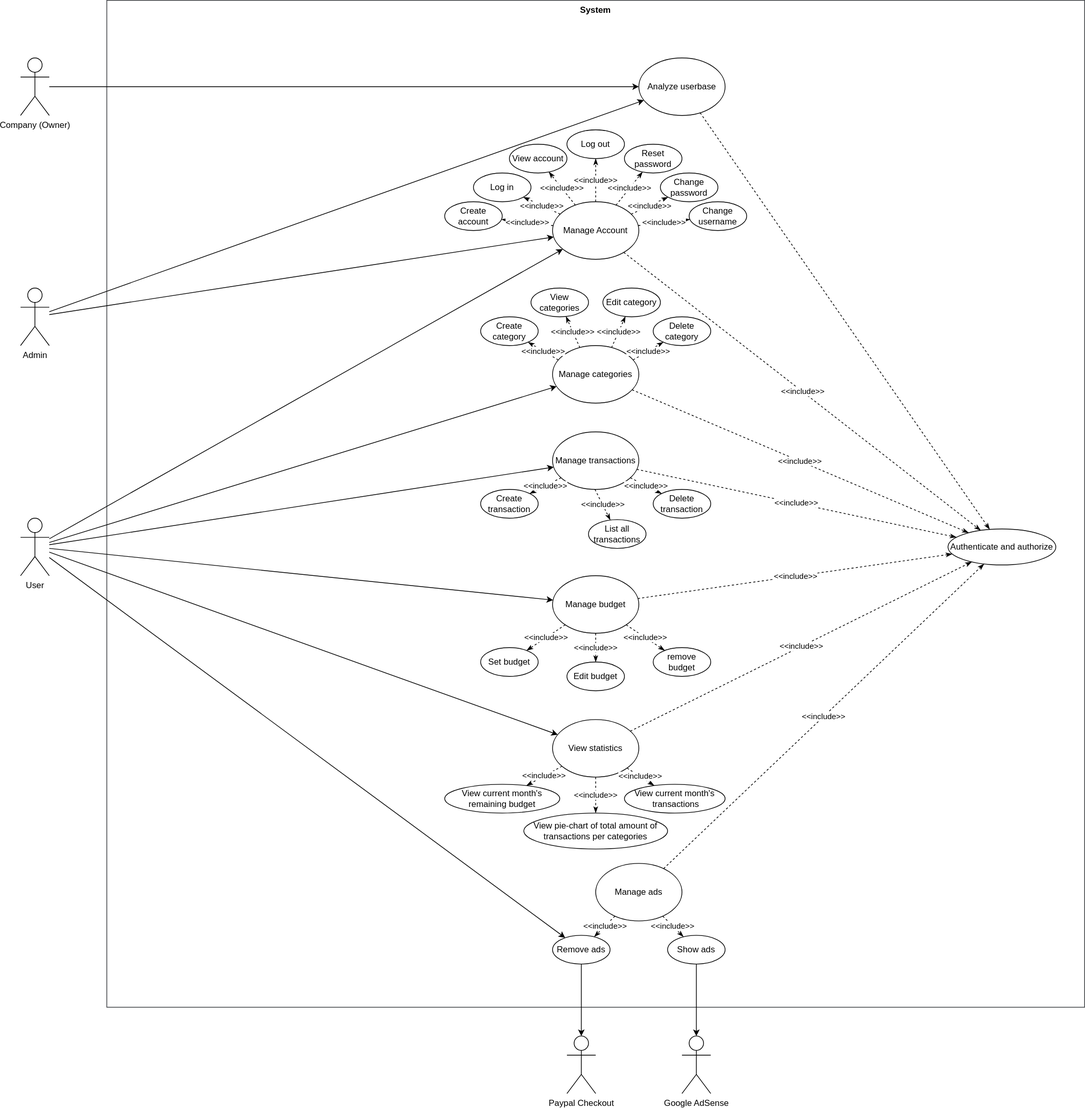
This is diagrams/UseCaseDiagramV2.svg from pucciorenzo/softengTesting, a draw.io export, as it was before one commit. Source tidied: cells renumbered, new cells last; positions are measured from the earlier drawing's top-left corner, leaving out a move shared by most shapes.
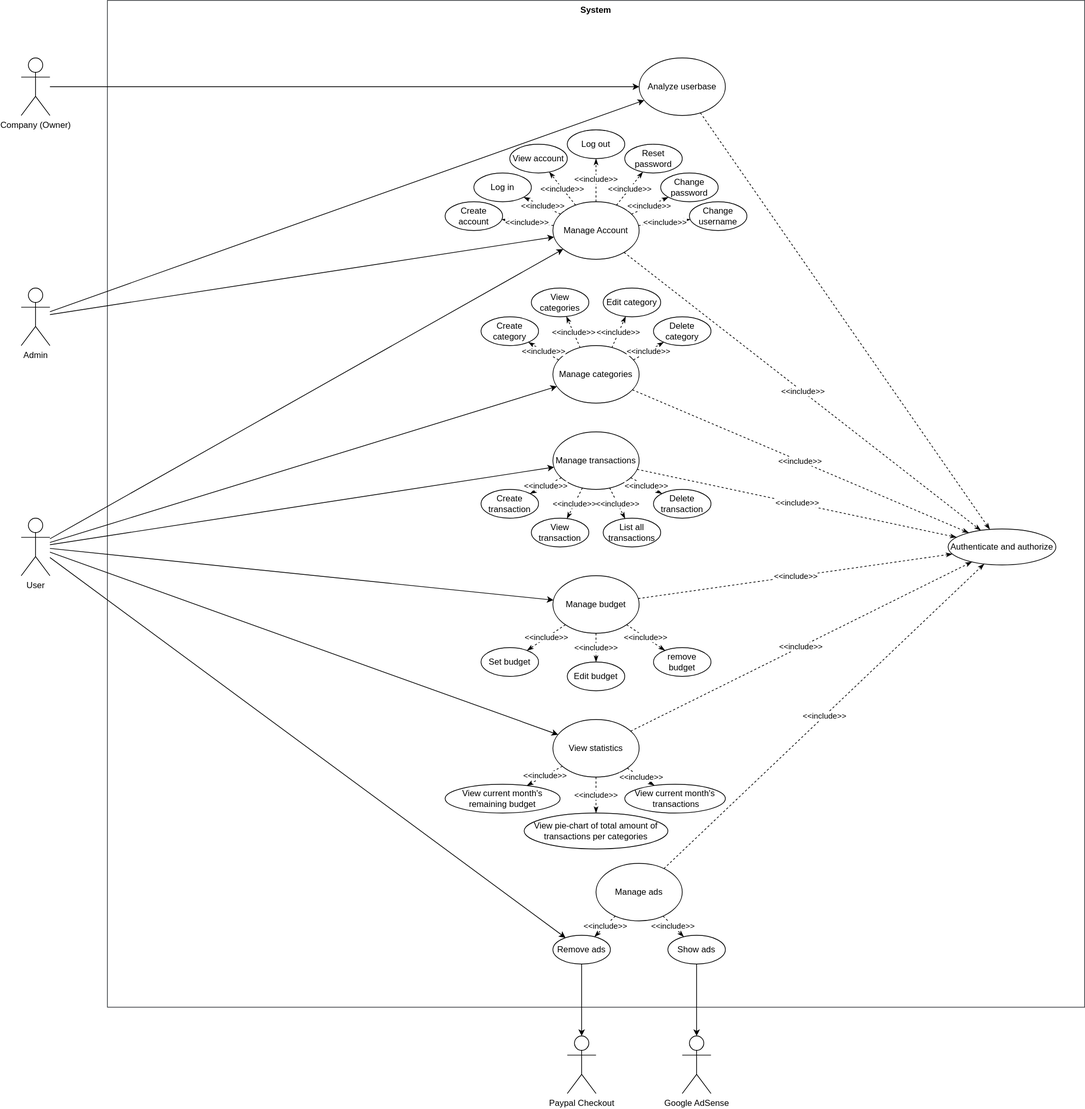
Later version of the same file.

Commit message:
ucd replace

Diff of the diagram source:
```diff
@@ -38,6 +38,12 @@
     <mxCell id="13" value="Create transaction" style="ellipse;whiteSpace=wrap;html=1;" parent="1" vertex="1">
       <mxGeometry x="640" y="680" width="80" height="40" as="geometry" />
     </mxCell>
+    <mxCell id="79" value="View transaction" style="ellipse;whiteSpace=wrap;html=1;" parent="1" vertex="1">
+      <mxGeometry x="710" y="720" width="80" height="40" as="geometry" />
+    </mxCell>
+    <mxCell id="80" value="&amp;lt;&amp;lt;include&amp;gt;&amp;gt;" style="endArrow=classicThin;dashed=1;html=1;rounded=0;endFill=1;" parent="1" edge="1" source="11" target="79">
+      <mxGeometry relative="1" as="geometry" />
+    </mxCell>
     <mxCell id="14" value="&amp;lt;&amp;lt;include&amp;gt;&amp;gt;" style="endArrow=classicThin;dashed=1;html=1;rounded=0;endFill=1;" parent="1" edge="1" source="11" target="15">
       <mxGeometry relative="1" as="geometry" />
     </mxCell>
@@ -203,12 +209,10 @@
       <mxGeometry relative="1" as="geometry" />
     </mxCell>
     <mxCell id="66" value="List all transactions" style="ellipse;whiteSpace=wrap;html=1;" parent="1" vertex="1">
-      <mxGeometry x="790" y="722" width="80" height="40" as="geometry" />
+      <mxGeometry x="810" y="720" width="80" height="40" as="geometry" />
     </mxCell>
-    <mxCell id="67" value="&amp;lt;&amp;lt;include&amp;gt;&amp;gt;" style="endArrow=classicThin;dashed=1;html=1;rounded=0;endFill=1;" parent="1" edge="1" target="66">
-      <mxGeometry relative="1" as="geometry">
-        <mxPoint x="799" y="680" as="sourcePoint" />
-      </mxGeometry>
+    <mxCell id="67" value="&amp;lt;&amp;lt;include&amp;gt;&amp;gt;" style="endArrow=classicThin;dashed=1;html=1;rounded=0;endFill=1;" parent="1" edge="1" source="11" target="66">
+      <mxGeometry relative="1" as="geometry" />
     </mxCell>
     <mxCell id="68" value="Manage ads" style="ellipse;whiteSpace=wrap;html=1;" parent="1" vertex="1">
       <mxGeometry x="800" y="1200" width="120" height="80" as="geometry" />
```
